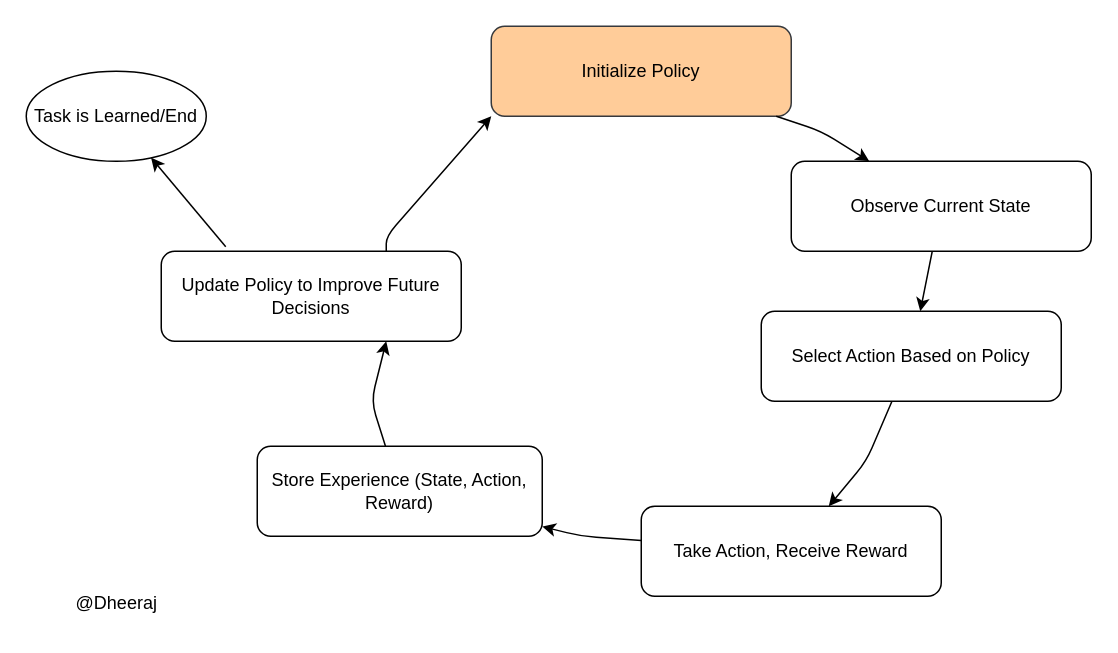
Earlier version of the draw.io diagram Untitled Diagram.drawio (Dheerajsyz/CS370). Source tidied: cells renumbered, new cells numbered last; positions are measured from the earlier drawing's top-left corner, leaving out a move shared by most shapes. Both pictures are drawn from the tidied source at 150%, with x=0, y=0 at pixel (26, 26).
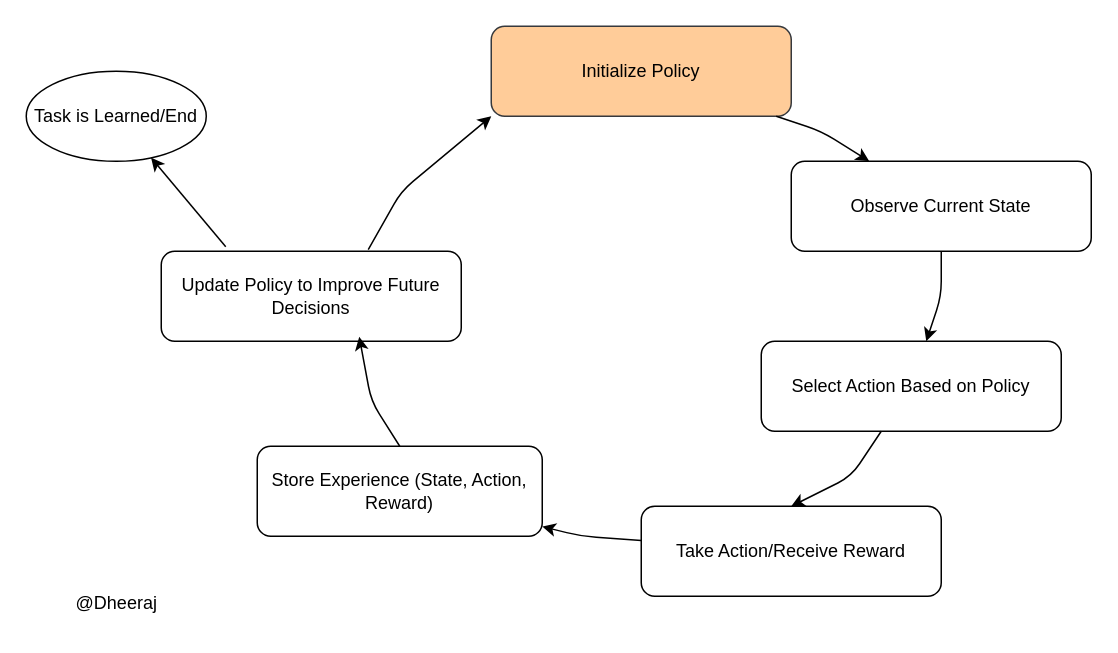
Above is the later version.

Unchanged cells that the change refers to:
```xml
<mxCell id="3" value="Observe Current State" style="rounded=1;whiteSpace=wrap;html=1;" parent="1" vertex="1">
  <mxGeometry x="510" y="90" width="200" height="60" as="geometry" />
</mxCell>
<mxCell id="6" value="Store Experience (State, Action, Reward)" style="rounded=1;whiteSpace=wrap;html=1;" parent="1" vertex="1">
  <mxGeometry x="154" y="280" width="190" height="60" as="geometry" />
</mxCell>
<mxCell id="7" value="Update Policy to Improve Future Decisions" style="rounded=1;whiteSpace=wrap;html=1;" parent="1" vertex="1">
  <mxGeometry x="90" y="150" width="200" height="60" as="geometry" />
</mxCell>
```

Diff of the diagram source:
```diff
@@
-    <mxCell id="2" value="Initialize Policy" style="rounded=1;whiteSpace=wrap;html=1;fillColor=#ffcc99;strokeColor=#36393d;" parent="1" vertex="1">
+    <mxCell id="2" value="Initialize Policy" style="rounded=1;whiteSpace=wrap;html=1;fillColor=#ffcc99;strokeColor=#36393d;glass=0;" parent="1" vertex="1">
       <mxGeometry x="310" width="200" height="60" as="geometry" />
     </mxCell>
@@
     <mxCell id="4" value="Select Action Based on Policy" style="rounded=1;whiteSpace=wrap;html=1;" parent="1" vertex="1">
-      <mxGeometry x="490" y="190" width="200" height="60" as="geometry" />
+      <mxGeometry x="490" y="210" width="200" height="60" as="geometry" />
     </mxCell>
-    <mxCell id="5" value="Take Action, Receive Reward" style="rounded=1;whiteSpace=wrap;html=1;" parent="1" vertex="1">
+    <mxCell id="5" value="Take Action/Receive Reward" style="rounded=1;whiteSpace=wrap;html=1;" parent="1" vertex="1">
       <mxGeometry x="410" y="320" width="200" height="60" as="geometry" />
     </mxCell>
@@
     <mxCell id="10" parent="1" edge="1" source="3" target="4">
-      <mxGeometry relative="1" as="geometry" />
+      <mxGeometry relative="1" as="geometry">
+        <Array as="points">
+          <mxPoint x="610" y="180" />
+        </Array>
+      </mxGeometry>
     </mxCell>
-    <mxCell id="11" parent="1" edge="1" source="4" target="5">
+    <mxCell id="11" style="entryX=0.5;entryY=0;entryDx=0;entryDy=0;" parent="1" edge="1" source="4" target="5">
       <mxGeometry relative="1" as="geometry">
         <Array as="points">
-          <mxPoint x="560" y="290" />
+          <mxPoint x="550" y="300" />
         </Array>
       </mxGeometry>
     </mxCell>
@@
-    <mxCell id="13" style="entryX=0.75;entryY=1;entryDx=0;entryDy=0;" parent="1" edge="1" source="6" target="7">
+    <mxCell id="13" style="entryX=0.66;entryY=0.95;entryDx=0;entryDy=0;exitX=0.5;exitY=0;exitDx=0;exitDy=0;entryPerimeter=0;" parent="1" edge="1" source="6" target="7">
       <mxGeometry relative="1" as="geometry">
         <Array as="points">
           <mxPoint x="230" y="250" />
         </Array>
       </mxGeometry>
     </mxCell>
-    <mxCell id="14" style="exitX=0.75;exitY=0;exitDx=0;exitDy=0;entryX=0;entryY=1;entryDx=0;entryDy=0;" parent="1" edge="1" source="7" target="2">
+    <mxCell id="14" style="exitX=0.69;exitY=-0.017;exitDx=0;exitDy=0;entryX=0;entryY=1;entryDx=0;entryDy=0;exitPerimeter=0;" parent="1" edge="1" source="7" target="2">
       <mxGeometry relative="1" as="geometry">
         <Array as="points">
-          <mxPoint x="240" y="140" />
+          <mxPoint x="250" y="110" />
         </Array>
       </mxGeometry>
     </mxCell>
```
